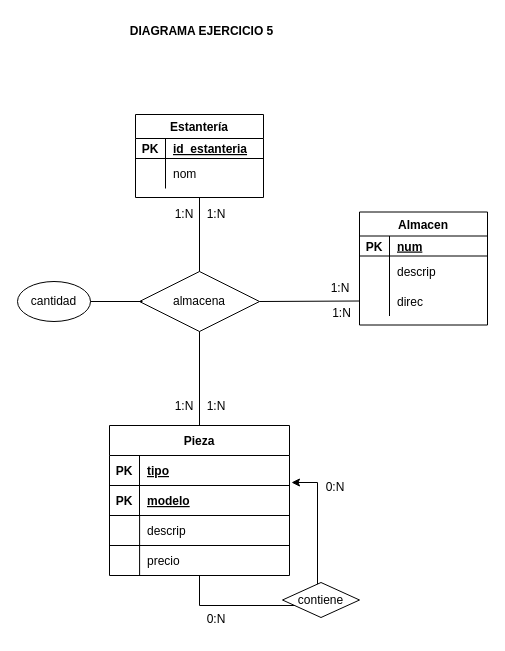
The draw.io diagram ex05.drawio in JuanMarinG/TA12_MYSQL, before the edit. Source tidied: cells renumbered, new cells numbered last; positions are measured from the earlier drawing's top-left corner, leaving out a move shared by most shapes. Both pictures are drawn from the tidied source at 100%, with x=0, y=0 at pixel (17, 17).
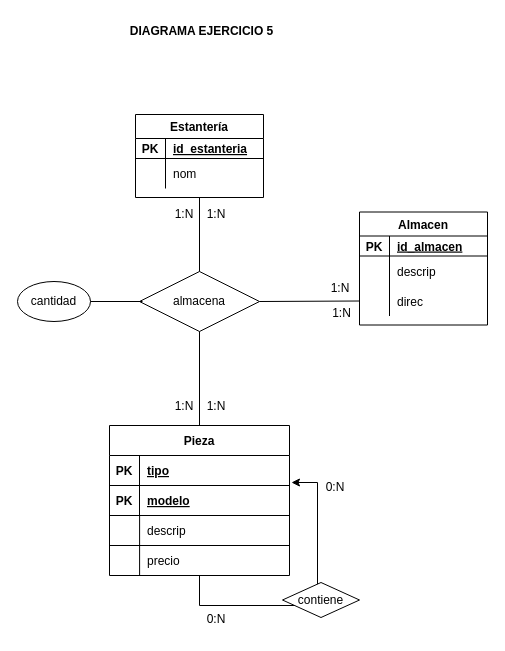
The same page after the edit.

The change refers to these unchanged cells:
```xml
<mxCell id="11" style="shape=tableRow;horizontal=0;startSize=0;swimlaneHead=0;swimlaneBody=0;fillColor=none;top=0;left=0;right=0;bottom=1;" parent="10" vertex="1">
  <mxGeometry y="24" width="128" height="20" as="geometry" />
</mxCell>
```

What changed in the source:
```diff
@@
-    <mxCell id="13" value="num" style="shape=partialRectangle;fillColor=none;top=0;left=0;bottom=0;right=0;align=left;spacingLeft=6;fontStyle=5;overflow=hidden;" parent="11" vertex="1">
+    <mxCell id="13" value="id_almacen" style="shape=partialRectangle;fillColor=none;top=0;left=0;bottom=0;right=0;align=left;spacingLeft=6;fontStyle=5;overflow=hidden;" parent="11" vertex="1">
       <mxGeometry x="30" width="98" height="20" as="geometry" />
     </mxCell>
```
